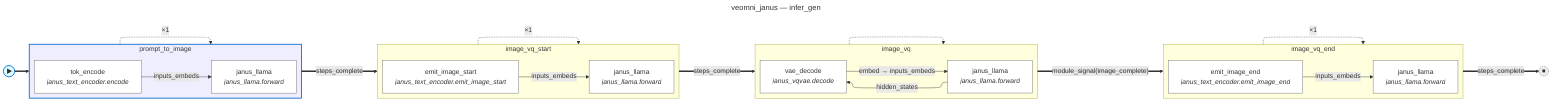
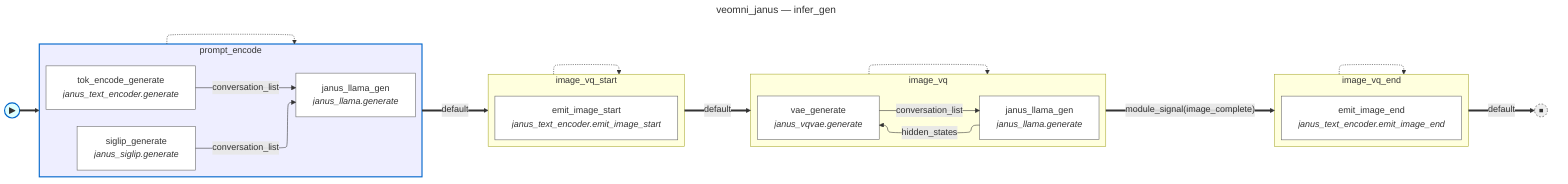
---
title: veomni_janus — infer_gen
---
%%{init: {'flowchart': {'defaultRenderer': 'elk'}}}%%
flowchart LR
    fsm_start(("▶")):::fsm_start
    fsm_done(("⏹")):::fsm_terminal
-     subgraph state_prompt_to_image [prompt_to_image]
+     subgraph state_prompt_encode [prompt_encode]
        direction LR
-         prompt_to_image__tok_encode["tok_encode<br/><i>janus_text_encoder.encode</i>"]:::body_node
-         prompt_to_image__janus_llama["janus_llama<br/><i>janus_llama.forward</i>"]:::body_node
-         prompt_to_image__tok_encode -->|"inputs_embeds"| prompt_to_image__janus_llama
+         prompt_encode__siglip_generate["siglip_generate<br/><i>janus_siglip.generate</i>"]:::body_node
+         prompt_encode__janus_llama_gen["janus_llama_gen<br/><i>janus_llama.generate</i>"]:::body_node
+         prompt_encode__tok_encode_generate["tok_encode_generate<br/><i>janus_text_encoder.generate</i>"]:::body_node
+         prompt_encode__siglip_generate -->|"conversation_list"| prompt_encode__janus_llama_gen
+         prompt_encode__tok_encode_generate -->|"conversation_list"| prompt_encode__janus_llama_gen
    end
    subgraph state_image_vq_start [image_vq_start]
        direction LR
        image_vq_start__emit_image_start["emit_image_start<br/><i>janus_text_encoder.emit_image_start</i>"]:::body_node
-         image_vq_start__janus_llama["janus_llama<br/><i>janus_llama.forward</i>"]:::body_node
-         image_vq_start__emit_image_start -->|"inputs_embeds"| image_vq_start__janus_llama
    end
    subgraph state_image_vq [image_vq]
        direction LR
-         image_vq__janus_llama["janus_llama<br/><i>janus_llama.forward</i>"]:::body_node
-         image_vq__vae_decode["vae_decode<br/><i>janus_vqvae.decode</i>"]:::body_node
-         image_vq__janus_llama -->|"hidden_states"| image_vq__vae_decode
-         image_vq__vae_decode -->|"embed → inputs_embeds"| image_vq__janus_llama
+         image_vq__janus_llama_gen["janus_llama_gen<br/><i>janus_llama.generate</i>"]:::body_node
+         image_vq__vae_generate["vae_generate<br/><i>janus_vqvae.generate</i>"]:::body_node
+         image_vq__janus_llama_gen -->|"hidden_states"| image_vq__vae_generate
+         image_vq__vae_generate -->|"conversation_list"| image_vq__janus_llama_gen
    end
    subgraph state_image_vq_end [image_vq_end]
        direction LR
        image_vq_end__emit_image_end["emit_image_end<br/><i>janus_text_encoder.emit_image_end</i>"]:::body_node
-         image_vq_end__janus_llama["janus_llama<br/><i>janus_llama.forward</i>"]:::body_node
-         image_vq_end__emit_image_end -->|"inputs_embeds"| image_vq_end__janus_llama
    end
-     state_prompt_to_image -.->|"×1"| state_prompt_to_image
-     state_image_vq_start -.->|"×1"| state_image_vq_start
+     state_prompt_encode -.-> state_prompt_encode
+     state_image_vq_start -.-> state_image_vq_start
    state_image_vq -.-> state_image_vq
-     state_image_vq_end -.->|"×1"| state_image_vq_end
-     fsm_start ==> state_prompt_to_image
-     state_prompt_to_image ==>|"steps_complete"| state_image_vq_start
-     state_image_vq_start ==>|"steps_complete"| state_image_vq
+     state_image_vq_end -.-> state_image_vq_end
+     fsm_start ==> state_prompt_encode
+     state_prompt_encode ==>|"default"| state_image_vq_start
+     state_image_vq_start ==>|"default"| state_image_vq
    state_image_vq ==>|"module_signal(image_complete)"| state_image_vq_end
-     state_image_vq_end ==>|"steps_complete"| fsm_done
+     state_image_vq_end ==>|"default"| fsm_done
    classDef body_node fill:#fff,stroke:#666
    classDef fsm_start fill:#dff,stroke:#06c,stroke-width:2px
    classDef fsm_terminal fill:#eee,stroke:#333,stroke-width:1px,stroke-dasharray:3 3
-     style state_prompt_to_image fill:#eef,stroke:#06c,stroke-width:2px
+     style state_prompt_encode fill:#eef,stroke:#06c,stroke-width:2px
